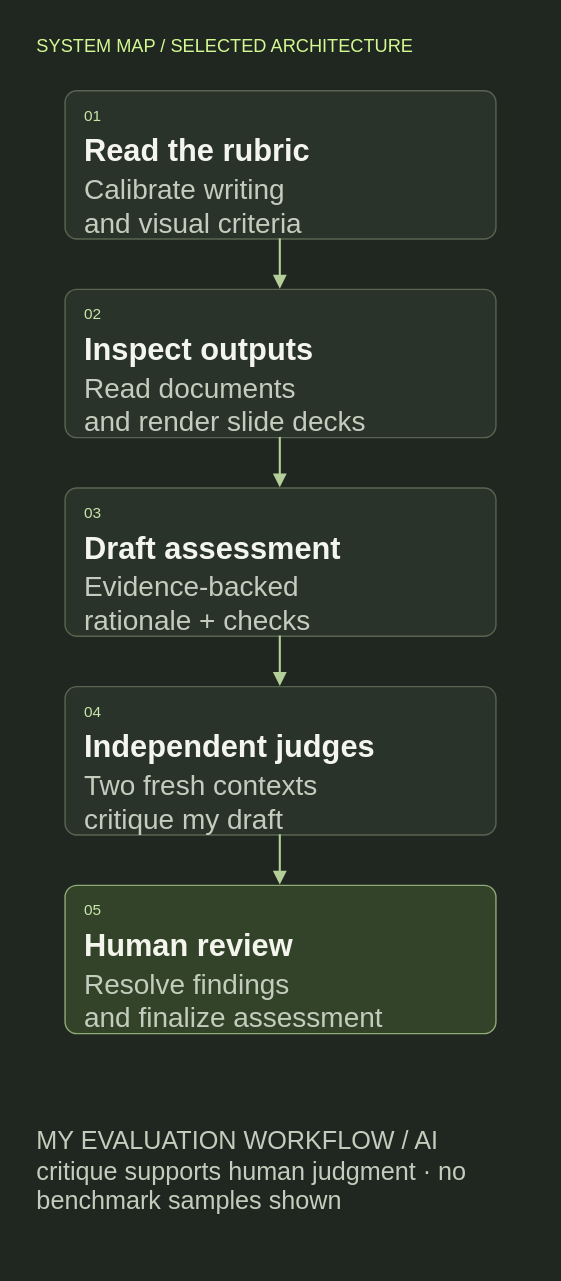
Earlier version of the draw.io export images/agents/evaluation-technical-mobile.svg (youngfreezy/youngfreezy.github.io). Source tidied: cells renumbered, new cells last; positions are measured from the earlier drawing's top-left corner, leaving out a move shared by most shapes.
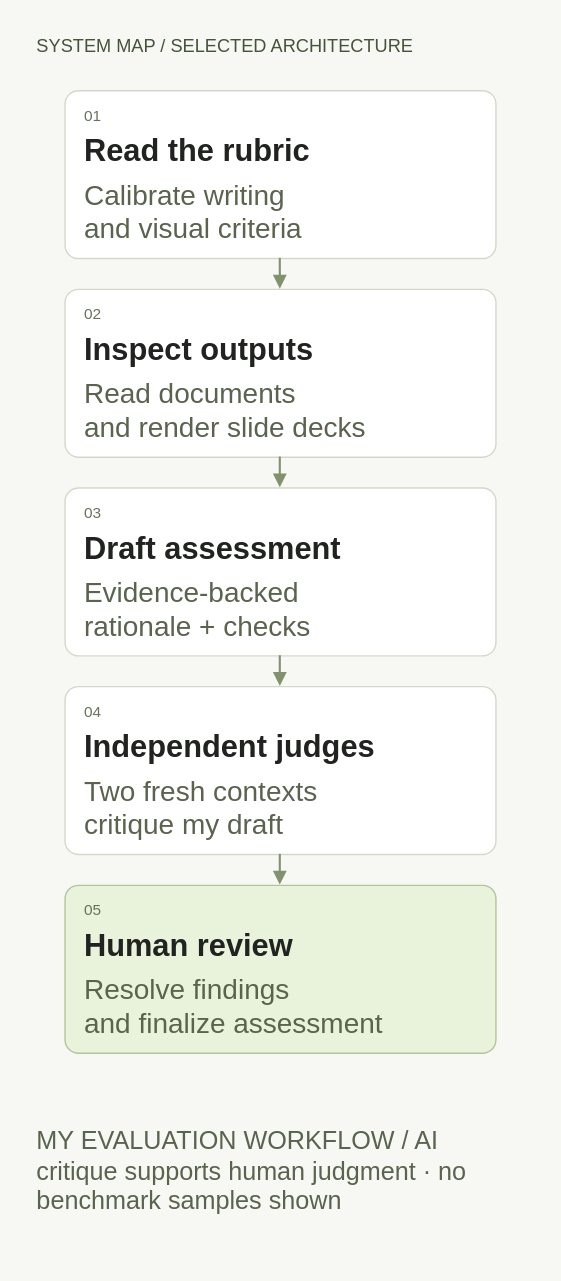
The same file after the commit.

Change to the diagram source:
```diff
@@ -1,86 +1,86 @@
-<mxGraphModel background="#202720">
+<mxGraphModel background="#f7f8f4">
   <root>
     <mxCell id="0" />
     <mxCell id="1" parent="0" />
-    <mxCell id="2" style="html=1;fontFamily=Helvetica;fontColor=#f4f6ed;strokeColor=none;fillColor=#202720;" parent="1" vertex="1">
+    <mxCell id="2" style="html=1;fontFamily=Helvetica;fontColor=#20231f;strokeColor=none;fillColor=#f7f8f4;" parent="1" vertex="1">
       <mxGeometry width="400" height="914" as="geometry" />
     </mxCell>
-    <mxCell id="3" value="SYSTEM MAP  /  SELECTED ARCHITECTURE" style="html=1;fontFamily=Helvetica;fontColor=#f4f6ed;text;whiteSpace=wrap;strokeColor=none;fillColor=none;align=left;verticalAlign=middle;fontSize=13;fontColor=#d3f993;fontStyle=0;" parent="1" vertex="1">
+    <mxCell id="3" value="SYSTEM MAP  /  SELECTED ARCHITECTURE" style="html=1;fontFamily=Helvetica;fontColor=#20231f;text;whiteSpace=wrap;strokeColor=none;fillColor=none;align=left;verticalAlign=middle;fontSize=13;fontColor=#47523b;fontStyle=0;" parent="1" vertex="1">
       <mxGeometry x="24" y="18" width="352" height="28" as="geometry" />
     </mxCell>
-    <mxCell id="4" style="html=1;fontFamily=Helvetica;fontColor=#f4f6ed;rounded=1;arcSize=8;fillColor=#2a332a;strokeColor=#596451;strokeWidth=1;" parent="1" vertex="1">
-      <mxGeometry x="46" y="64" width="308" height="106" as="geometry" />
+    <mxCell id="4" style="html=1;fontFamily=Helvetica;fontColor=#20231f;rounded=1;arcSize=8;fillColor=#ffffff;strokeColor=#d3d9ca;strokeWidth=1;" parent="1" vertex="1">
+      <mxGeometry x="46" y="64" width="308" height="120" as="geometry" />
     </mxCell>
-    <mxCell id="5" value="01" style="html=1;fontFamily=Helvetica;fontColor=#f4f6ed;text;whiteSpace=wrap;strokeColor=none;fillColor=none;align=left;verticalAlign=middle;fontSize=11;fontColor=#c7e6a9;fontStyle=0;" parent="4" vertex="1">
+    <mxCell id="5" value="01" style="html=1;fontFamily=Helvetica;fontColor=#20231f;text;whiteSpace=wrap;strokeColor=none;fillColor=none;align=left;verticalAlign=middle;fontSize=11;fontColor=#68725c;fontStyle=0;" parent="4" vertex="1">
       <mxGeometry x="12" y="8" width="30" height="20" as="geometry" />
     </mxCell>
-    <mxCell id="6" value="Read the rubric" style="html=1;fontFamily=Helvetica;fontColor=#f4f6ed;text;whiteSpace=wrap;strokeColor=none;fillColor=none;align=left;verticalAlign=middle;fontSize=22;fontColor=#f4f6ed;fontStyle=1;" parent="4" vertex="1">
+    <mxCell id="6" value="Read the rubric" style="html=1;fontFamily=Helvetica;fontColor=#20231f;text;whiteSpace=wrap;strokeColor=none;fillColor=none;align=left;verticalAlign=middle;fontSize=22;fontColor=#20231f;fontStyle=1;" parent="4" vertex="1">
       <mxGeometry x="12" y="31" width="284" height="26" as="geometry" />
     </mxCell>
-    <mxCell id="7" value="Calibrate writing&#10;and visual criteria" style="html=1;fontFamily=Helvetica;fontColor=#f4f6ed;text;whiteSpace=wrap;strokeColor=none;fillColor=none;align=left;verticalAlign=middle;fontSize=20;fontColor=#c4cdbd;fontStyle=0;" parent="4" vertex="1">
-      <mxGeometry x="12" y="62" width="284" height="40" as="geometry" />
+    <mxCell id="7" value="Calibrate writing&#10;and visual criteria" style="html=1;fontFamily=Helvetica;fontColor=#20231f;text;whiteSpace=wrap;strokeColor=none;fillColor=none;align=left;verticalAlign=middle;fontSize=20;fontColor=#59634e;fontStyle=0;" parent="4" vertex="1">
+      <mxGeometry x="12" y="62" width="284" height="48" as="geometry" />
     </mxCell>
-    <mxCell id="8" style="html=1;fontFamily=Helvetica;fontColor=#f4f6ed;rounded=1;arcSize=8;fillColor=#2a332a;strokeColor=#596451;strokeWidth=1;" parent="1" vertex="1">
-      <mxGeometry x="46" y="206" width="308" height="106" as="geometry" />
+    <mxCell id="8" style="html=1;fontFamily=Helvetica;fontColor=#20231f;rounded=1;arcSize=8;fillColor=#ffffff;strokeColor=#d3d9ca;strokeWidth=1;" parent="1" vertex="1">
+      <mxGeometry x="46" y="206" width="308" height="120" as="geometry" />
     </mxCell>
-    <mxCell id="9" value="02" style="html=1;fontFamily=Helvetica;fontColor=#f4f6ed;text;whiteSpace=wrap;strokeColor=none;fillColor=none;align=left;verticalAlign=middle;fontSize=11;fontColor=#c7e6a9;fontStyle=0;" parent="8" vertex="1">
+    <mxCell id="9" value="02" style="html=1;fontFamily=Helvetica;fontColor=#20231f;text;whiteSpace=wrap;strokeColor=none;fillColor=none;align=left;verticalAlign=middle;fontSize=11;fontColor=#68725c;fontStyle=0;" parent="8" vertex="1">
       <mxGeometry x="12" y="8" width="30" height="20" as="geometry" />
     </mxCell>
-    <mxCell id="10" value="Inspect outputs" style="html=1;fontFamily=Helvetica;fontColor=#f4f6ed;text;whiteSpace=wrap;strokeColor=none;fillColor=none;align=left;verticalAlign=middle;fontSize=22;fontColor=#f4f6ed;fontStyle=1;" parent="8" vertex="1">
+    <mxCell id="10" value="Inspect outputs" style="html=1;fontFamily=Helvetica;fontColor=#20231f;text;whiteSpace=wrap;strokeColor=none;fillColor=none;align=left;verticalAlign=middle;fontSize=22;fontColor=#20231f;fontStyle=1;" parent="8" vertex="1">
       <mxGeometry x="12" y="31" width="284" height="26" as="geometry" />
     </mxCell>
-    <mxCell id="11" value="Read documents&#10;and render slide decks" style="html=1;fontFamily=Helvetica;fontColor=#f4f6ed;text;whiteSpace=wrap;strokeColor=none;fillColor=none;align=left;verticalAlign=middle;fontSize=20;fontColor=#c4cdbd;fontStyle=0;" parent="8" vertex="1">
-      <mxGeometry x="12" y="62" width="284" height="40" as="geometry" />
+    <mxCell id="11" value="Read documents&#10;and render slide decks" style="html=1;fontFamily=Helvetica;fontColor=#20231f;text;whiteSpace=wrap;strokeColor=none;fillColor=none;align=left;verticalAlign=middle;fontSize=20;fontColor=#59634e;fontStyle=0;" parent="8" vertex="1">
+      <mxGeometry x="12" y="62" width="284" height="48" as="geometry" />
     </mxCell>
-    <mxCell id="12" style="html=1;fontFamily=Helvetica;fontColor=#f4f6ed;rounded=1;arcSize=8;fillColor=#2a332a;strokeColor=#596451;strokeWidth=1;" parent="1" vertex="1">
-      <mxGeometry x="46" y="348" width="308" height="106" as="geometry" />
+    <mxCell id="12" style="html=1;fontFamily=Helvetica;fontColor=#20231f;rounded=1;arcSize=8;fillColor=#ffffff;strokeColor=#d3d9ca;strokeWidth=1;" parent="1" vertex="1">
+      <mxGeometry x="46" y="348" width="308" height="120" as="geometry" />
     </mxCell>
-    <mxCell id="13" value="03" style="html=1;fontFamily=Helvetica;fontColor=#f4f6ed;text;whiteSpace=wrap;strokeColor=none;fillColor=none;align=left;verticalAlign=middle;fontSize=11;fontColor=#c7e6a9;fontStyle=0;" parent="12" vertex="1">
+    <mxCell id="13" value="03" style="html=1;fontFamily=Helvetica;fontColor=#20231f;text;whiteSpace=wrap;strokeColor=none;fillColor=none;align=left;verticalAlign=middle;fontSize=11;fontColor=#68725c;fontStyle=0;" parent="12" vertex="1">
       <mxGeometry x="12" y="8" width="30" height="20" as="geometry" />
     </mxCell>
-    <mxCell id="14" value="Draft assessment" style="html=1;fontFamily=Helvetica;fontColor=#f4f6ed;text;whiteSpace=wrap;strokeColor=none;fillColor=none;align=left;verticalAlign=middle;fontSize=22;fontColor=#f4f6ed;fontStyle=1;" parent="12" vertex="1">
+    <mxCell id="14" value="Draft assessment" style="html=1;fontFamily=Helvetica;fontColor=#20231f;text;whiteSpace=wrap;strokeColor=none;fillColor=none;align=left;verticalAlign=middle;fontSize=22;fontColor=#20231f;fontStyle=1;" parent="12" vertex="1">
       <mxGeometry x="12" y="31" width="284" height="26" as="geometry" />
     </mxCell>
-    <mxCell id="15" value="Evidence-backed&#10;rationale + checks" style="html=1;fontFamily=Helvetica;fontColor=#f4f6ed;text;whiteSpace=wrap;strokeColor=none;fillColor=none;align=left;verticalAlign=middle;fontSize=20;fontColor=#c4cdbd;fontStyle=0;" parent="12" vertex="1">
-      <mxGeometry x="12" y="62" width="284" height="40" as="geometry" />
+    <mxCell id="15" value="Evidence-backed&#10;rationale + checks" style="html=1;fontFamily=Helvetica;fontColor=#20231f;text;whiteSpace=wrap;strokeColor=none;fillColor=none;align=left;verticalAlign=middle;fontSize=20;fontColor=#59634e;fontStyle=0;" parent="12" vertex="1">
+      <mxGeometry x="12" y="62" width="284" height="48" as="geometry" />
     </mxCell>
-    <mxCell id="16" style="html=1;fontFamily=Helvetica;fontColor=#f4f6ed;rounded=1;arcSize=8;fillColor=#2a332a;strokeColor=#596451;strokeWidth=1;" parent="1" vertex="1">
-      <mxGeometry x="46" y="490" width="308" height="106" as="geometry" />
+    <mxCell id="16" style="html=1;fontFamily=Helvetica;fontColor=#20231f;rounded=1;arcSize=8;fillColor=#ffffff;strokeColor=#d3d9ca;strokeWidth=1;" parent="1" vertex="1">
+      <mxGeometry x="46" y="490" width="308" height="120" as="geometry" />
     </mxCell>
-    <mxCell id="17" value="04" style="html=1;fontFamily=Helvetica;fontColor=#f4f6ed;text;whiteSpace=wrap;strokeColor=none;fillColor=none;align=left;verticalAlign=middle;fontSize=11;fontColor=#c7e6a9;fontStyle=0;" parent="16" vertex="1">
+    <mxCell id="17" value="04" style="html=1;fontFamily=Helvetica;fontColor=#20231f;text;whiteSpace=wrap;strokeColor=none;fillColor=none;align=left;verticalAlign=middle;fontSize=11;fontColor=#68725c;fontStyle=0;" parent="16" vertex="1">
       <mxGeometry x="12" y="8" width="30" height="20" as="geometry" />
     </mxCell>
-    <mxCell id="18" value="Independent judges" style="html=1;fontFamily=Helvetica;fontColor=#f4f6ed;text;whiteSpace=wrap;strokeColor=none;fillColor=none;align=left;verticalAlign=middle;fontSize=22;fontColor=#f4f6ed;fontStyle=1;" parent="16" vertex="1">
+    <mxCell id="18" value="Independent judges" style="html=1;fontFamily=Helvetica;fontColor=#20231f;text;whiteSpace=wrap;strokeColor=none;fillColor=none;align=left;verticalAlign=middle;fontSize=22;fontColor=#20231f;fontStyle=1;" parent="16" vertex="1">
       <mxGeometry x="12" y="31" width="284" height="26" as="geometry" />
     </mxCell>
-    <mxCell id="19" value="Two fresh contexts&#10;critique my draft" style="html=1;fontFamily=Helvetica;fontColor=#f4f6ed;text;whiteSpace=wrap;strokeColor=none;fillColor=none;align=left;verticalAlign=middle;fontSize=20;fontColor=#c4cdbd;fontStyle=0;" parent="16" vertex="1">
-      <mxGeometry x="12" y="62" width="284" height="40" as="geometry" />
+    <mxCell id="19" value="Two fresh contexts&#10;critique my draft" style="html=1;fontFamily=Helvetica;fontColor=#20231f;text;whiteSpace=wrap;strokeColor=none;fillColor=none;align=left;verticalAlign=middle;fontSize=20;fontColor=#59634e;fontStyle=0;" parent="16" vertex="1">
+      <mxGeometry x="12" y="62" width="284" height="48" as="geometry" />
     </mxCell>
-    <mxCell id="20" style="html=1;fontFamily=Helvetica;fontColor=#f4f6ed;rounded=1;arcSize=8;fillColor=#33432a;strokeColor=#8eaa75;strokeWidth=1;" parent="1" vertex="1">
-      <mxGeometry x="46" y="632" width="308" height="106" as="geometry" />
+    <mxCell id="20" style="html=1;fontFamily=Helvetica;fontColor=#20231f;rounded=1;arcSize=8;fillColor=#e9f3db;strokeColor=#b2c59a;strokeWidth=1;" parent="1" vertex="1">
+      <mxGeometry x="46" y="632" width="308" height="120" as="geometry" />
     </mxCell>
-    <mxCell id="21" value="05" style="html=1;fontFamily=Helvetica;fontColor=#f4f6ed;text;whiteSpace=wrap;strokeColor=none;fillColor=none;align=left;verticalAlign=middle;fontSize=11;fontColor=#c7e6a9;fontStyle=0;" parent="20" vertex="1">
+    <mxCell id="21" value="05" style="html=1;fontFamily=Helvetica;fontColor=#20231f;text;whiteSpace=wrap;strokeColor=none;fillColor=none;align=left;verticalAlign=middle;fontSize=11;fontColor=#68725c;fontStyle=0;" parent="20" vertex="1">
       <mxGeometry x="12" y="8" width="30" height="20" as="geometry" />
     </mxCell>
-    <mxCell id="22" value="Human review" style="html=1;fontFamily=Helvetica;fontColor=#f4f6ed;text;whiteSpace=wrap;strokeColor=none;fillColor=none;align=left;verticalAlign=middle;fontSize=22;fontColor=#f4f6ed;fontStyle=1;" parent="20" vertex="1">
+    <mxCell id="22" value="Human review" style="html=1;fontFamily=Helvetica;fontColor=#20231f;text;whiteSpace=wrap;strokeColor=none;fillColor=none;align=left;verticalAlign=middle;fontSize=22;fontColor=#20231f;fontStyle=1;" parent="20" vertex="1">
       <mxGeometry x="12" y="31" width="284" height="26" as="geometry" />
     </mxCell>
-    <mxCell id="23" value="Resolve findings&#10;and finalize assessment" style="html=1;fontFamily=Helvetica;fontColor=#f4f6ed;text;whiteSpace=wrap;strokeColor=none;fillColor=none;align=left;verticalAlign=middle;fontSize=20;fontColor=#c4cdbd;fontStyle=0;" parent="20" vertex="1">
-      <mxGeometry x="12" y="62" width="284" height="40" as="geometry" />
+    <mxCell id="23" value="Resolve findings&#10;and finalize assessment" style="html=1;fontFamily=Helvetica;fontColor=#20231f;text;whiteSpace=wrap;strokeColor=none;fillColor=none;align=left;verticalAlign=middle;fontSize=20;fontColor=#59634e;fontStyle=0;" parent="20" vertex="1">
+      <mxGeometry x="12" y="62" width="284" height="48" as="geometry" />
     </mxCell>
-    <mxCell id="24" style="edgeStyle=orthogonalEdgeStyle;rounded=1;jettySize=auto;strokeColor=#b4cf99;strokeWidth=1.5;endArrow=block;endFill=1;exitX=.5;exitY=1;entryX=.5;entryY=0;" parent="1" edge="1" source="4" target="8">
+    <mxCell id="24" style="edgeStyle=orthogonalEdgeStyle;rounded=1;jettySize=auto;strokeColor=#82916e;strokeWidth=1.5;endArrow=block;endFill=1;exitX=.5;exitY=1;entryX=.5;entryY=0;" parent="1" edge="1" source="4" target="8">
       <mxGeometry relative="1" as="geometry" />
     </mxCell>
-    <mxCell id="25" style="edgeStyle=orthogonalEdgeStyle;rounded=1;jettySize=auto;strokeColor=#b4cf99;strokeWidth=1.5;endArrow=block;endFill=1;exitX=.5;exitY=1;entryX=.5;entryY=0;" parent="1" edge="1" source="8" target="12">
+    <mxCell id="25" style="edgeStyle=orthogonalEdgeStyle;rounded=1;jettySize=auto;strokeColor=#82916e;strokeWidth=1.5;endArrow=block;endFill=1;exitX=.5;exitY=1;entryX=.5;entryY=0;" parent="1" edge="1" source="8" target="12">
       <mxGeometry relative="1" as="geometry" />
     </mxCell>
-    <mxCell id="26" style="edgeStyle=orthogonalEdgeStyle;rounded=1;jettySize=auto;strokeColor=#b4cf99;strokeWidth=1.5;endArrow=block;endFill=1;exitX=.5;exitY=1;entryX=.5;entryY=0;" parent="1" edge="1" source="12" target="16">
+    <mxCell id="26" style="edgeStyle=orthogonalEdgeStyle;rounded=1;jettySize=auto;strokeColor=#82916e;strokeWidth=1.5;endArrow=block;endFill=1;exitX=.5;exitY=1;entryX=.5;entryY=0;" parent="1" edge="1" source="12" target="16">
       <mxGeometry relative="1" as="geometry" />
     </mxCell>
-    <mxCell id="27" style="edgeStyle=orthogonalEdgeStyle;rounded=1;jettySize=auto;strokeColor=#b4cf99;strokeWidth=1.5;endArrow=block;endFill=1;exitX=.5;exitY=1;entryX=.5;entryY=0;" parent="1" edge="1" source="16" target="20">
+    <mxCell id="27" style="edgeStyle=orthogonalEdgeStyle;rounded=1;jettySize=auto;strokeColor=#82916e;strokeWidth=1.5;endArrow=block;endFill=1;exitX=.5;exitY=1;entryX=.5;entryY=0;" parent="1" edge="1" source="16" target="20">
       <mxGeometry relative="1" as="geometry" />
     </mxCell>
-    <mxCell id="28" value="MY EVALUATION WORKFLOW  /  AI critique supports human judgment · no benchmark samples shown" style="html=1;fontFamily=Helvetica;fontColor=#f4f6ed;text;whiteSpace=wrap;strokeColor=none;fillColor=none;align=left;verticalAlign=middle;fontSize=18;fontColor=#c4cdbd;fontStyle=0;" parent="1" vertex="1">
+    <mxCell id="28" value="MY EVALUATION WORKFLOW  /  AI critique supports human judgment · no benchmark samples shown" style="html=1;fontFamily=Helvetica;fontColor=#20231f;text;whiteSpace=wrap;strokeColor=none;fillColor=none;align=left;verticalAlign=middle;fontSize=18;fontColor=#59634e;fontStyle=0;" parent="1" vertex="1">
       <mxGeometry x="24" y="772" width="352" height="130" as="geometry" />
     </mxCell>
   </root>
```
